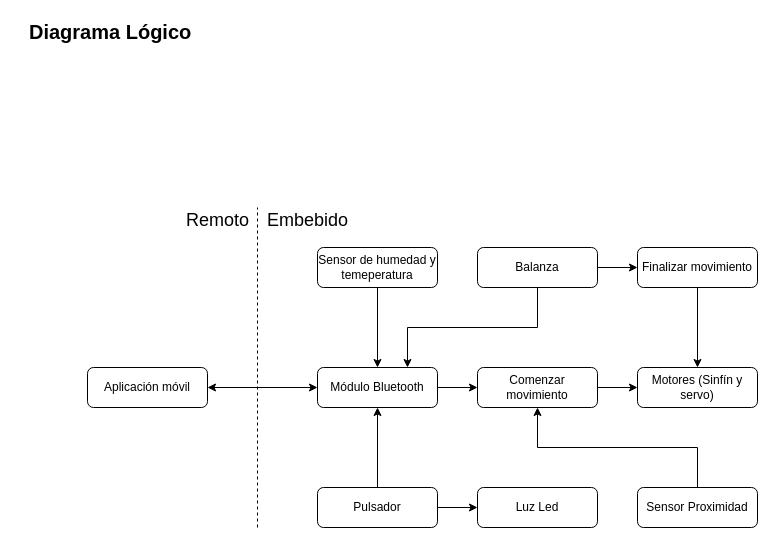
Earlier version of the draw.io diagram Sistema-Embebido/Diagramas/Lógico.drawio (ada-lovelace-progra/AsistenteDeCocina). Source tidied: cells renumbered, new cells numbered last; positions are measured from the earlier drawing's top-left corner, leaving out a move shared by most shapes. Both pictures are drawn from the tidied source at 100%, with x=0, y=0 at pixel (27, 17).
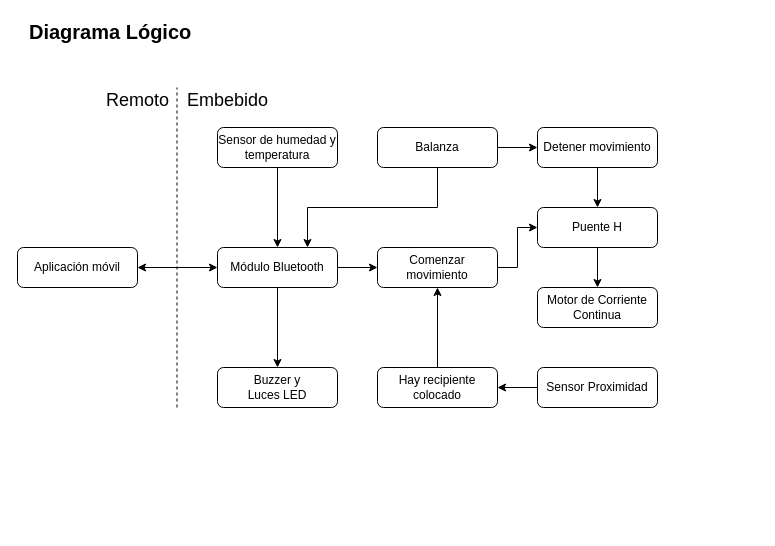
After the change.

Diff of the diagram source:
```diff
@@
     <mxCell id="4" value="Aplicación móvil" style="rounded=1;whiteSpace=wrap;html=1;" parent="1" vertex="1">
-      <mxGeometry x="60" y="350" width="120" height="40" as="geometry" />
+      <mxGeometry x="-10" y="230" width="120" height="40" as="geometry" />
     </mxCell>
     <mxCell id="5" value="Remoto" style="text;html=1;align=center;verticalAlign=top;spacingTop=-4;fontSize=18;" parent="1" vertex="1">
-      <mxGeometry x="160" y="190" width="60" height="20" as="geometry" />
+      <mxGeometry x="80" y="70" width="60" height="20" as="geometry" />
     </mxCell>
     <mxCell id="6" style="endArrow=none;dashed=1;html=1;" parent="1" edge="1">
       <mxGeometry relative="1" as="geometry">
-        <mxPoint x="230" y="510" as="sourcePoint" />
-        <mxPoint x="230" y="190" as="targetPoint" />
+        <mxPoint x="149.5" y="390" as="sourcePoint" />
+        <mxPoint x="149.5" y="70" as="targetPoint" />
       </mxGeometry>
     </mxCell>
     <mxCell id="7" value="Embebido&lt;br&gt;" style="text;html=1;align=center;verticalAlign=top;spacingTop=-4;fontSize=18;" parent="1" vertex="1">
-      <mxGeometry x="230" y="190" width="100" height="20" as="geometry" />
+      <mxGeometry x="150" y="70" width="100" height="20" as="geometry" />
     </mxCell>
@@
+    <mxCell id="26" style="edgeStyle=orthogonalEdgeStyle;rounded=0;jettySize=auto;html=1;exitX=0.5;exitY=1;exitDx=0;exitDy=0;entryX=0.5;entryY=0;entryDx=0;entryDy=0;" parent="1" edge="1" source="9" target="13">
+      <mxGeometry relative="1" as="geometry" />
+    </mxCell>
     <mxCell id="9" value="Módulo Bluetooth" style="rounded=1;whiteSpace=wrap;html=1;" parent="1" vertex="1">
-      <mxGeometry x="290" y="350" width="120" height="40" as="geometry" />
+      <mxGeometry x="190" y="230" width="120" height="40" as="geometry" />
     </mxCell>
-    <mxCell id="10" style="edgeStyle=orthogonalEdgeStyle;rounded=0;jettySize=auto;html=1;exitX=0.5;exitY=0;exitDx=0;exitDy=0;entryX=0.5;entryY=1;entryDx=0;entryDy=0;" parent="1" edge="1" source="12" target="9">
-      <mxGeometry relative="1" as="geometry" />
-    </mxCell>
-    <mxCell id="11" style="edgeStyle=orthogonalEdgeStyle;rounded=0;jettySize=auto;html=1;exitX=1;exitY=0.5;exitDx=0;exitDy=0;entryX=0;entryY=0.5;entryDx=0;entryDy=0;startArrow=none;startFill=0;" parent="1" edge="1" source="12" target="13">
-      <mxGeometry relative="1" as="geometry" />
-    </mxCell>
-    <mxCell id="12" value="Pulsador" style="rounded=1;whiteSpace=wrap;html=1;" parent="1" vertex="1">
-      <mxGeometry x="290" y="470" width="120" height="40" as="geometry" />
-    </mxCell>
-    <mxCell id="13" value="Luz Led" style="rounded=1;whiteSpace=wrap;html=1;" parent="1" vertex="1">
-      <mxGeometry x="450" y="470" width="120" height="40" as="geometry" />
+    <mxCell id="13" value="Buzzer y &lt;br&gt;Luces LED" style="rounded=1;whiteSpace=wrap;html=1;" parent="1" vertex="1">
+      <mxGeometry x="190" y="350" width="120" height="40" as="geometry" />
     </mxCell>
+    <mxCell id="27" style="edgeStyle=orthogonalEdgeStyle;rounded=0;jettySize=auto;html=1;exitX=0.5;exitY=1;exitDx=0;exitDy=0;entryX=0.5;entryY=0;entryDx=0;entryDy=0;" parent="1" edge="1" source="14" target="31">
+      <mxGeometry relative="1" as="geometry" />
+    </mxCell>
-    <mxCell id="14" value="Motores (Sinfín y servo)" style="rounded=1;whiteSpace=wrap;html=1;" parent="1" vertex="1">
-      <mxGeometry x="610" y="350" width="120" height="40" as="geometry" />
+    <mxCell id="14" value="Puente H" style="rounded=1;whiteSpace=wrap;html=1;" parent="1" vertex="1">
+      <mxGeometry x="510" y="190" width="120" height="40" as="geometry" />
     </mxCell>
@@
     <mxCell id="17" value="Balanza" style="rounded=1;whiteSpace=wrap;html=1;" parent="1" vertex="1">
-      <mxGeometry x="450" y="230" width="120" height="40" as="geometry" />
+      <mxGeometry x="350" y="110" width="120" height="40" as="geometry" />
     </mxCell>
@@
-    <mxCell id="19" value="Finalizar movimiento" style="rounded=1;whiteSpace=wrap;html=1;" parent="1" vertex="1">
-      <mxGeometry x="610" y="230" width="120" height="40" as="geometry" />
+    <mxCell id="19" value="Detener movimiento" style="rounded=1;whiteSpace=wrap;html=1;" parent="1" vertex="1">
+      <mxGeometry x="510" y="110" width="120" height="40" as="geometry" />
     </mxCell>
@@
     <mxCell id="21" value="Comenzar movimiento" style="rounded=1;whiteSpace=wrap;html=1;" parent="1" vertex="1">
-      <mxGeometry x="450" y="350" width="120" height="40" as="geometry" />
+      <mxGeometry x="350" y="230" width="120" height="40" as="geometry" />
     </mxCell>
@@
-    <mxCell id="23" value="Sensor de humedad y temeperatura" style="rounded=1;whiteSpace=wrap;html=1;" parent="1" vertex="1">
-      <mxGeometry x="290" y="230" width="120" height="40" as="geometry" />
+    <mxCell id="23" value="Sensor de humedad y temperatura" style="rounded=1;whiteSpace=wrap;html=1;" parent="1" vertex="1">
+      <mxGeometry x="190" y="110" width="120" height="40" as="geometry" />
     </mxCell>
-    <mxCell id="24" style="edgeStyle=orthogonalEdgeStyle;rounded=0;jettySize=auto;html=1;exitX=0.5;exitY=0;exitDx=0;exitDy=0;entryX=0.5;entryY=1;entryDx=0;entryDy=0;startArrow=none;startFill=0;" parent="1" edge="1" source="25" target="21">
-      <mxGeometry relative="1" as="geometry" />
-    </mxCell>
+    <mxCell id="28" style="edgeStyle=orthogonalEdgeStyle;rounded=0;jettySize=auto;html=1;exitX=0;exitY=0.5;exitDx=0;exitDy=0;entryX=1;entryY=0.5;entryDx=0;entryDy=0;" parent="1" edge="1" source="25" target="30">
+      <mxGeometry relative="1" as="geometry" />
+    </mxCell>
     <mxCell id="25" value="Sensor Proximidad" style="rounded=1;whiteSpace=wrap;html=1;" parent="1" vertex="1">
-      <mxGeometry x="610" y="470" width="120" height="40" as="geometry" />
+      <mxGeometry x="510" y="350" width="120" height="40" as="geometry" />
     </mxCell>
+    <mxCell id="29" style="edgeStyle=orthogonalEdgeStyle;rounded=0;jettySize=auto;html=1;exitX=0.5;exitY=0;exitDx=0;exitDy=0;entryX=0.5;entryY=1;entryDx=0;entryDy=0;" parent="1" edge="1" source="30" target="21">
+      <mxGeometry relative="1" as="geometry" />
+    </mxCell>
+    <mxCell id="30" value="Hay recipiente colocado" style="rounded=1;whiteSpace=wrap;html=1;" parent="1" vertex="1">
+      <mxGeometry x="350" y="350" width="120" height="40" as="geometry" />
+    </mxCell>
+    <mxCell id="31" value="Motor de Corriente Continua" style="rounded=1;whiteSpace=wrap;html=1;" parent="1" vertex="1">
+      <mxGeometry x="510" y="270" width="120" height="40" as="geometry" />
+    </mxCell>
```
